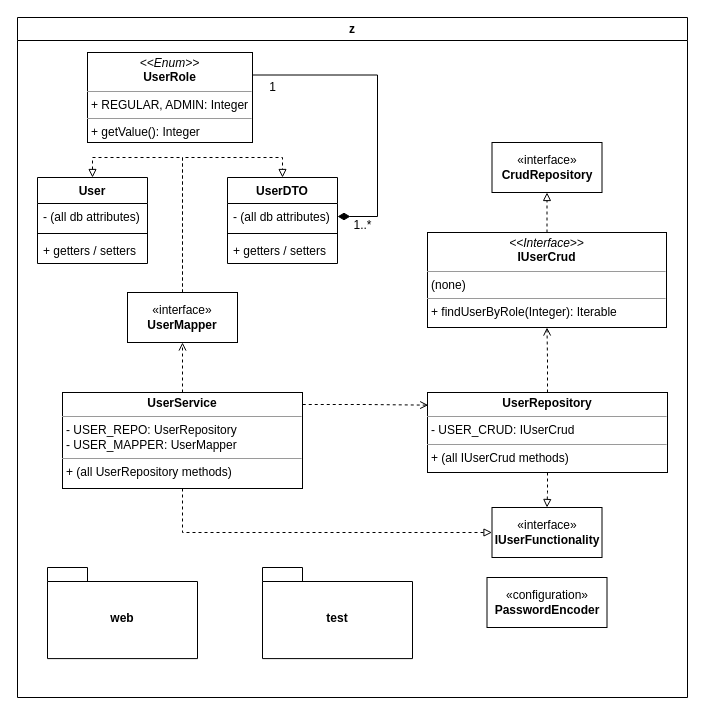
Before: diagrams/user_service_class_diagram.drawio in NM4TT/Restful-CRUD-App, a draw.io diagram. Source tidied: cells renumbered, new cells numbered last; positions are measured from the earlier drawing's top-left corner, leaving out a move shared by most shapes. Both pictures are drawn from the tidied source at 100%, with x=0, y=0 at pixel (17, 17).
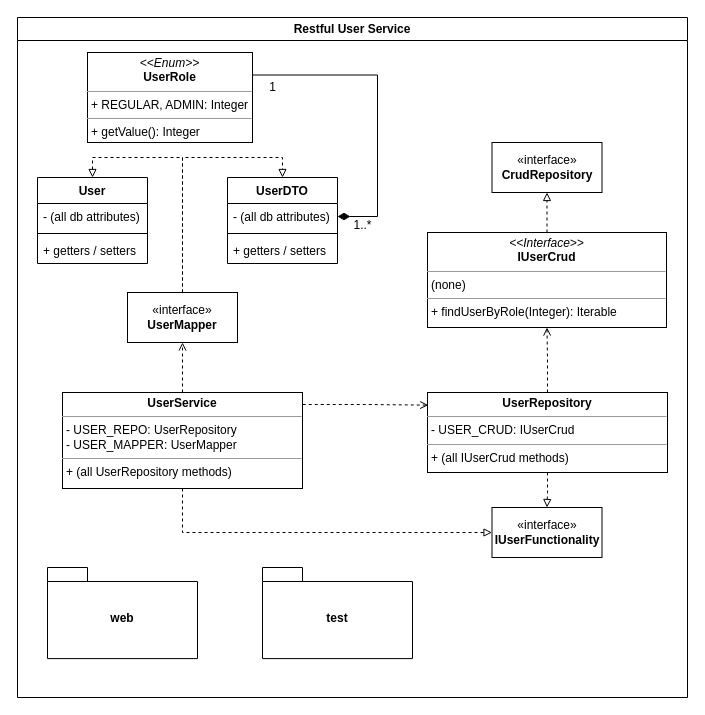
The same page after the edit.

Commit message (it also covers changes not shown here):
Redesign diagrams & do grammar corrections in README.md

Diff of the diagram source:
```diff
@@
-    <mxCell id="2" value="z" style="swimlane;whiteSpace=wrap;html=1;" parent="1" vertex="1">
+    <mxCell id="2" value="Restful User Service" style="swimlane;whiteSpace=wrap;html=1;" parent="1" vertex="1">
       <mxGeometry width="670" height="680" as="geometry" />
     </mxCell>
@@
-    <mxCell id="31" value="«configuration»&lt;br&gt;&lt;b&gt;PasswordEncoder&lt;/b&gt;" style="html=1;whiteSpace=wrap;" parent="2" vertex="1">
-      <mxGeometry x="469.5" y="560" width="120" height="50" as="geometry" />
-    </mxCell>
```
